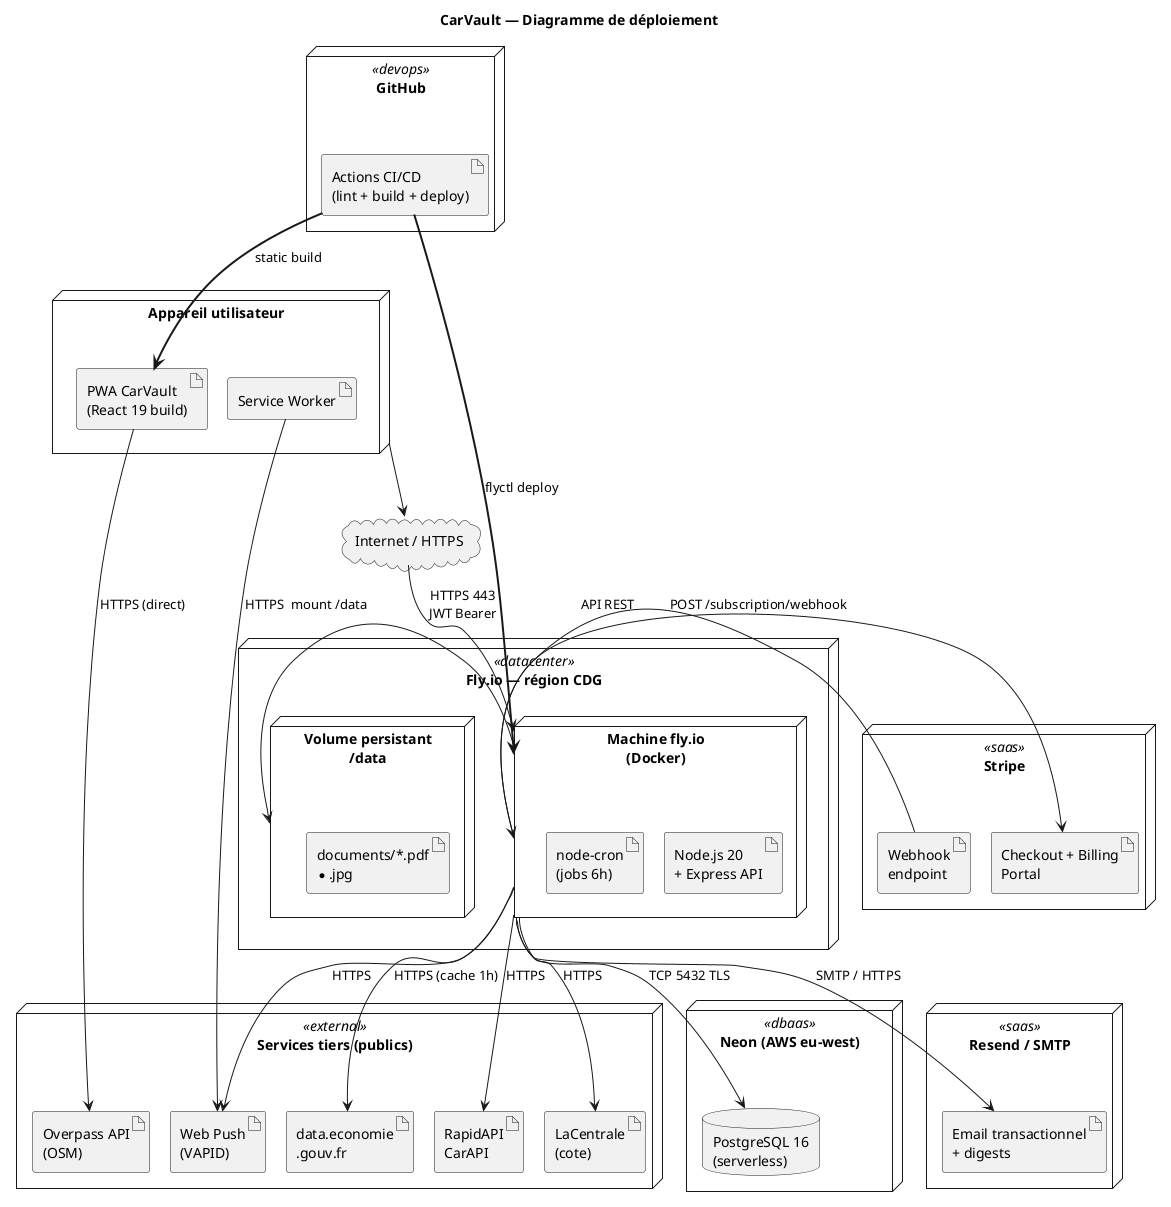
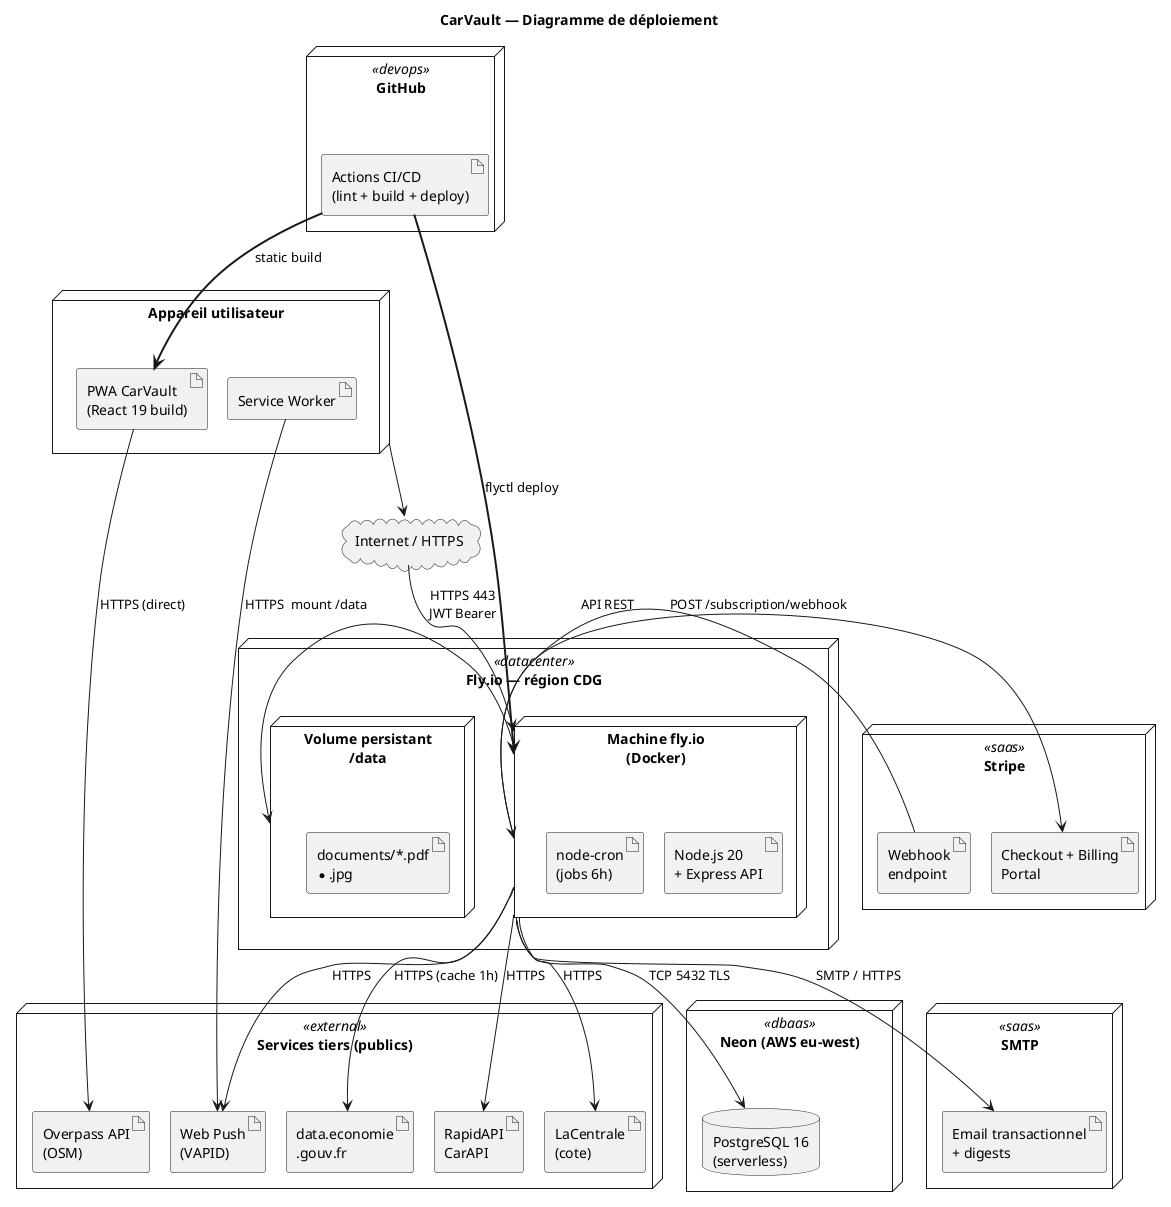
@startuml deployment
title CarVault — Diagramme de déploiement

skinparam nodesep 20
skinparam ranksep 40

node "Appareil utilisateur" as Device {
  artifact "PWA CarVault\n(React 19 build)" as PWA
  artifact "Service Worker" as SW
}

cloud "Internet / HTTPS" as Net

node "Fly.io — région CDG" <<datacenter>> as Fly {
  node "Machine fly.io\n(Docker)" as FlyVM {
    artifact "Node.js 20\n+ Express API" as API
    artifact "node-cron\n(jobs 6h)" as Crons
  }
  node "Volume persistant\n/data" as Volume {
    artifact "documents/*.pdf\n*.jpg" as Files
  }
}

node "Neon (AWS eu-west)" <<dbaas>> as Neon {
  database "PostgreSQL 16\n(serverless)" as PG
}

node "Stripe" <<saas>> as StripeNode {
  artifact "Checkout + Billing\nPortal" as StripeApp
  artifact "Webhook\nendpoint" as Webhook
}

- node "Resend / SMTP" <<saas>> as Mail {
+ node "SMTP" <<saas>> as Mail {
  artifact "Email transactionnel\n+ digests" as MailApp
}

node "Services tiers (publics)" <<external>> as Ext {
  artifact "data.economie\n.gouv.fr" as GovAPI
  artifact "Overpass API\n(OSM)" as OSM
  artifact "RapidAPI\nCarAPI" as CarAPI
  artifact "LaCentrale\n(cote)" as Cote
  artifact "Web Push\n(VAPID)" as Push
}

node "GitHub" <<devops>> as GH {
  artifact "Actions CI/CD\n(lint + build + deploy)" as CI
}

Device -down-> Net
Net -down-> FlyVM : HTTPS 443\nJWT Bearer
PWA -right-> OSM : HTTPS (direct)
SW -right-> Push : HTTPS

FlyVM -down-> PG : TCP 5432 TLS
FlyVM -right-> Volume : mount /data
FlyVM -right-> StripeApp : API REST
Webhook -left-> FlyVM : POST /subscription/webhook
FlyVM --> MailApp : SMTP / HTTPS
FlyVM --> GovAPI : HTTPS (cache 1h)
FlyVM --> CarAPI : HTTPS
FlyVM --> Cote : HTTPS
FlyVM --> Push : HTTPS

CI ==> FlyVM : flyctl deploy
CI ==> PWA : static build

@enduml
